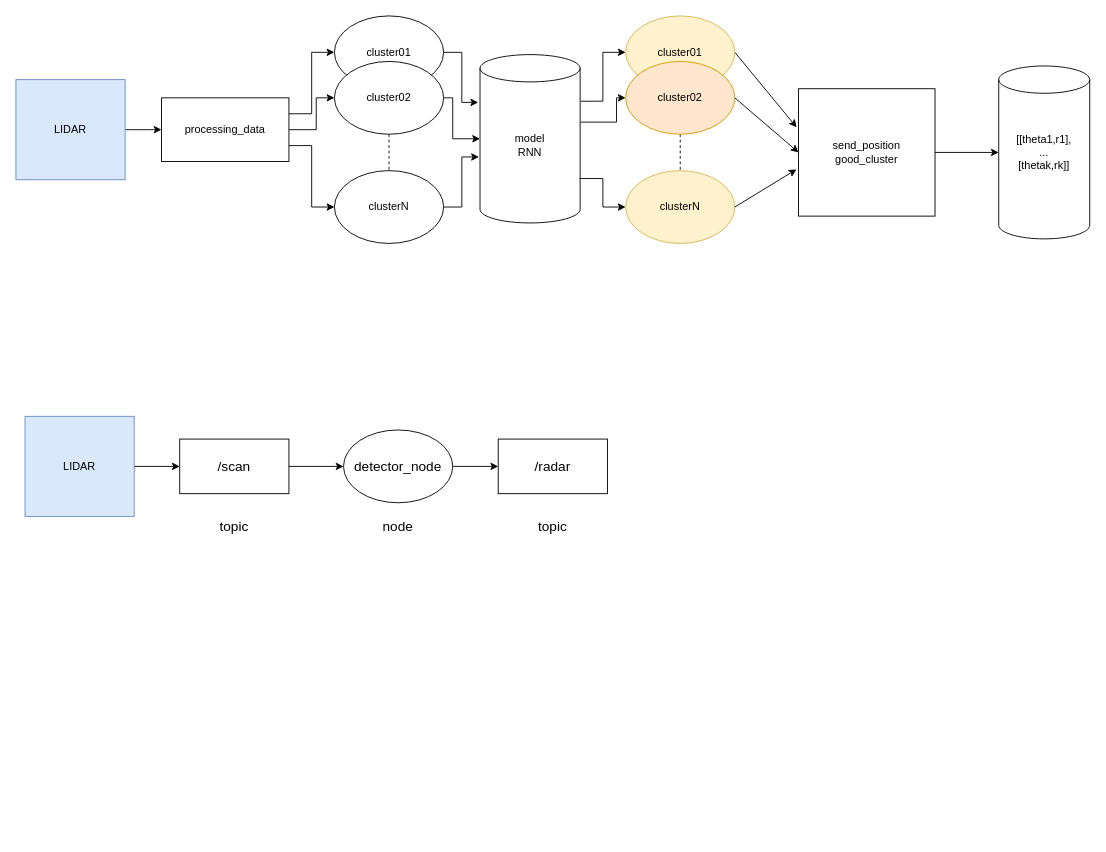
Earlier version of the draw.io diagram page "prediction" (4 of 4) of .doc/ros_detection_legs.drawio (PouceHeure/ros_detection_legs). Source tidied: cells renumbered, new cells numbered last; positions are measured from the earlier drawing's top-left corner, leaving out a move shared by most shapes. Both pictures are drawn from the tidied source at 91%, with x=0, y=0 at pixel (15, 15).
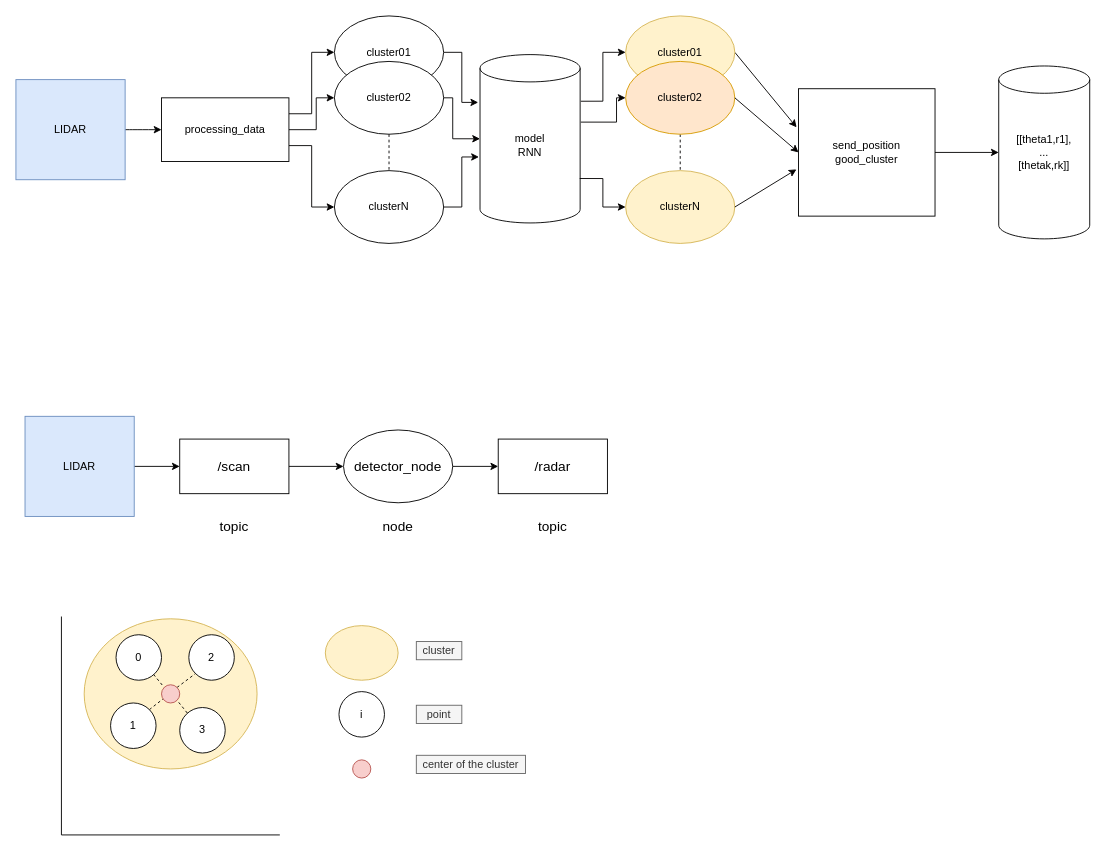
Above is the later version.

Commit message (it also covers changes not shown here):
add readme information about center point

Change to the diagram source:
```diff
@@
+    <mxCell id="39" style="ellipse;whiteSpace=wrap;html=1;fillColor=#fff2cc;strokeColor=#d6b656;" parent="1" vertex="1">
+      <mxGeometry x="75" y="662.5" width="190" height="165" as="geometry" />
+    </mxCell>
@@
+    <mxCell id="40" style="edgeStyle=none;rounded=0;jettySize=auto;html=1;exitX=0.825;exitY=0.873;exitDx=0;exitDy=0;entryX=0;entryY=0;entryDx=0;entryDy=0;dashed=1;endArrow=none;endFill=0;exitPerimeter=0;" parent="1" edge="1" source="41" target="50">
+      <mxGeometry relative="1" as="geometry" />
+    </mxCell>
+    <mxCell id="41" value="0" style="ellipse;whiteSpace=wrap;html=1;" parent="1" vertex="1">
+      <mxGeometry x="110" y="680" width="50" height="50" as="geometry" />
+    </mxCell>
+    <mxCell id="42" style="edgeStyle=none;rounded=0;jettySize=auto;html=1;exitX=1;exitY=0;exitDx=0;exitDy=0;entryX=0.102;entryY=0.762;entryDx=0;entryDy=0;entryPerimeter=0;dashed=1;endArrow=none;endFill=0;" parent="1" edge="1" source="43" target="50">
+      <mxGeometry relative="1" as="geometry" />
+    </mxCell>
+    <mxCell id="43" value="1" style="ellipse;whiteSpace=wrap;html=1;" parent="1" vertex="1">
+      <mxGeometry x="104" y="755" width="50" height="50" as="geometry" />
+    </mxCell>
+    <mxCell id="44" value="2" style="ellipse;whiteSpace=wrap;html=1;" parent="1" vertex="1">
+      <mxGeometry x="190" y="680" width="50" height="50" as="geometry" />
+    </mxCell>
+    <mxCell id="45" style="edgeStyle=none;rounded=0;jettySize=auto;html=1;exitX=0.166;exitY=0.121;exitDx=0;exitDy=0;entryX=1;entryY=1;entryDx=0;entryDy=0;dashed=1;endArrow=none;endFill=0;exitPerimeter=0;" parent="1" edge="1" source="46" target="50">
+      <mxGeometry relative="1" as="geometry" />
+    </mxCell>
+    <mxCell id="46" value="3" style="ellipse;whiteSpace=wrap;html=1;" parent="1" vertex="1">
+      <mxGeometry x="180" y="760" width="50" height="50" as="geometry" />
+    </mxCell>
+    <mxCell id="47" style="endArrow=none;html=1;" parent="1" edge="1">
+      <mxGeometry relative="1" as="geometry">
+        <mxPoint x="50" y="900" as="sourcePoint" />
+        <mxPoint x="50" y="660" as="targetPoint" />
+      </mxGeometry>
+    </mxCell>
+    <mxCell id="48" style="endArrow=none;html=1;" parent="1" edge="1">
+      <mxGeometry relative="1" as="geometry">
+        <mxPoint x="50" y="900" as="sourcePoint" />
+        <mxPoint x="290" y="900" as="targetPoint" />
+      </mxGeometry>
+    </mxCell>
+    <mxCell id="49" style="edgeStyle=none;rounded=0;jettySize=auto;html=1;exitX=1;exitY=0;exitDx=0;exitDy=0;entryX=0;entryY=1;entryDx=0;entryDy=0;dashed=1;endArrow=none;endFill=0;" parent="1" edge="1" source="50" target="44">
+      <mxGeometry relative="1" as="geometry" />
+    </mxCell>
+    <mxCell id="50" style="ellipse;whiteSpace=wrap;html=1;fillColor=#f8cecc;strokeColor=#b85450;" parent="1" vertex="1">
+      <mxGeometry x="160" y="735" width="20" height="20" as="geometry" />
+    </mxCell>
+    <mxCell id="51" style="ellipse;whiteSpace=wrap;html=1;fillColor=#fff2cc;strokeColor=#d6b656;" parent="1" vertex="1">
+      <mxGeometry x="340" y="670" width="80" height="60" as="geometry" />
+    </mxCell>
+    <mxCell id="52" value="i" style="ellipse;whiteSpace=wrap;html=1;" parent="1" vertex="1">
+      <mxGeometry x="355" y="742.5" width="50" height="50" as="geometry" />
+    </mxCell>
+    <mxCell id="53" style="ellipse;whiteSpace=wrap;html=1;fillColor=#f8cecc;strokeColor=#b85450;" parent="1" vertex="1">
+      <mxGeometry x="370" y="817.5" width="20" height="20" as="geometry" />
+    </mxCell>
+    <mxCell id="54" value="cluster" style="text;html=1;strokeColor=#666666;fillColor=#f5f5f5;align=center;verticalAlign=middle;whiteSpace=wrap;rounded=0;fontColor=#333333;" parent="1" vertex="1">
+      <mxGeometry x="440" y="687.5" width="50" height="20" as="geometry" />
+    </mxCell>
+    <mxCell id="55" value="point" style="text;html=1;strokeColor=#666666;fillColor=#f5f5f5;align=center;verticalAlign=middle;whiteSpace=wrap;rounded=0;fontColor=#333333;" parent="1" vertex="1">
+      <mxGeometry x="440" y="757.5" width="50" height="20" as="geometry" />
+    </mxCell>
+    <mxCell id="56" value="center of the cluster" style="text;html=1;strokeColor=#666666;fillColor=#f5f5f5;align=center;verticalAlign=middle;whiteSpace=wrap;rounded=0;fontColor=#333333;" parent="1" vertex="1">
+      <mxGeometry x="440" y="812.5" width="120" height="20" as="geometry" />
+    </mxCell>
```
